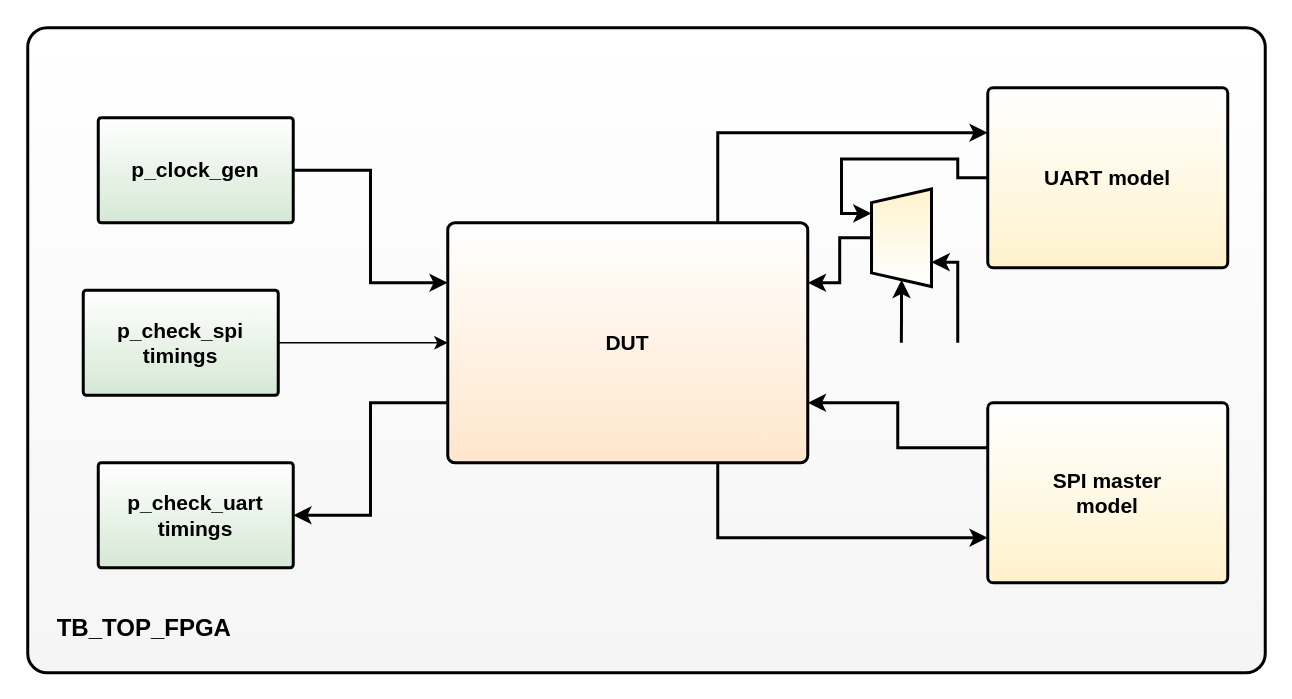
This is page "TB-TOP-FPGA" (1 of 14) of docs/assets/uart.drawio from CharrierTim/uart, a draw.io file, before an edit. Source tidied: cells renumbered, new cells numbered last; positions are measured from the earlier drawing's top-left corner, leaving out a move shared by most shapes. Both pictures are drawn from the tidied source at 150%, with x=0, y=0 at pixel (27, 27).
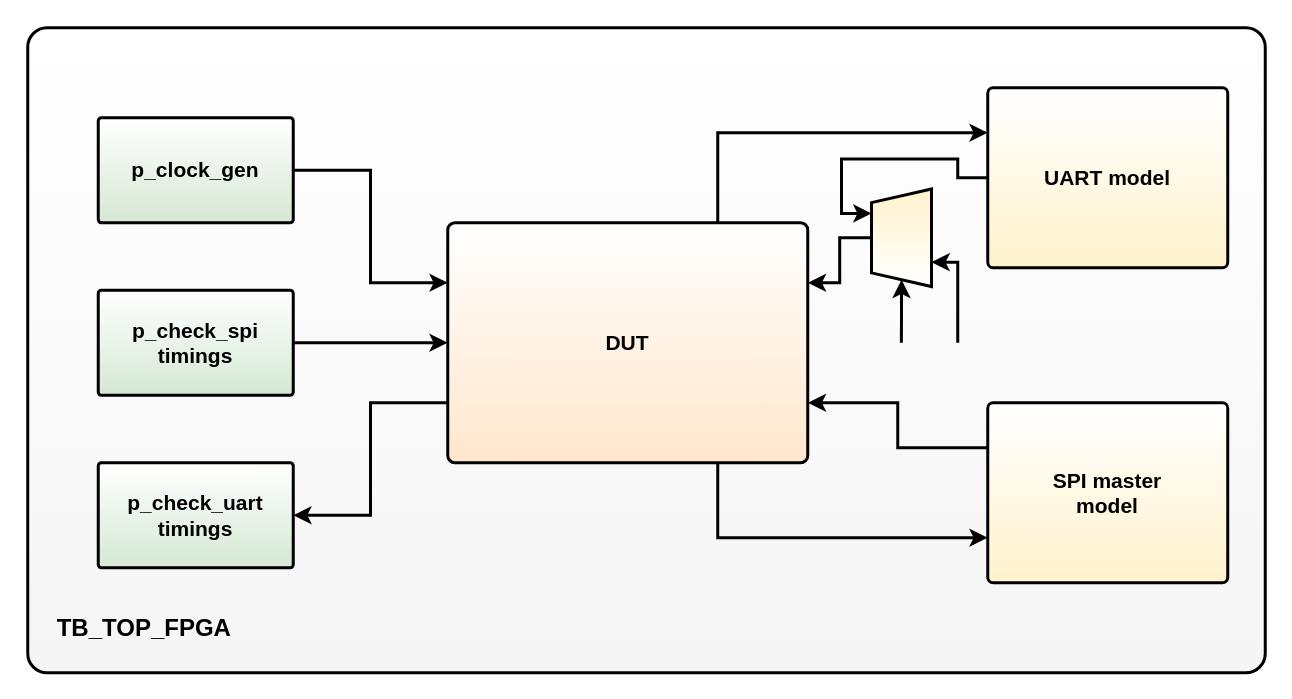
Above is the later version.

Commit message:
chore: minor modifications to testbench diagram

The change refers to these unchanged cells:
```xml
<mxCell id="2" style="group;strokeWidth=2;" parent="1" vertex="1">
  <mxGeometry width="825" height="430" as="geometry" />
</mxCell>
<mxCell id="7" value="DUT" style="rounded=1;whiteSpace=wrap;html=1;fillColor=#ffe6cc;strokeColor=#000000;gradientDirection=north;strokeWidth=2;imageHeight=24;arcSize=3;gradientColor=#FFFFFF;textShadow=0;labelBorderColor=none;labelBackgroundColor=none;fontSize=14;fontStyle=1;" parent="2" vertex="1">
  <mxGeometry x="280" y="130" width="240" height="160" as="geometry" />
</mxCell>
```

Diff of the diagram source:
```diff
@@
-    <mxCell id="20" style="edgeStyle=orthogonalEdgeStyle;rounded=0;jettySize=auto;html=1;" parent="2" edge="1" source="21" target="7">
+    <mxCell id="20" style="edgeStyle=orthogonalEdgeStyle;rounded=0;jettySize=auto;html=1;strokeWidth=2;" parent="2" edge="1" source="21" target="7">
       <mxGeometry relative="1" as="geometry" />
     </mxCell>
     <mxCell id="21" value="p_check_spi timings" style="rounded=1;whiteSpace=wrap;html=1;fillColor=#d5e8d4;strokeColor=#000000;gradientDirection=north;strokeWidth=2;imageHeight=24;arcSize=3;textShadow=0;labelBorderColor=none;labelBackgroundColor=none;fontSize=14;fontStyle=1;gradientColor=#FFFFFF;" parent="2" vertex="1">
-      <mxGeometry x="37" y="175" width="130" height="70" as="geometry" />
+      <mxGeometry x="47" y="175" width="130" height="70" as="geometry" />
     </mxCell>
```
